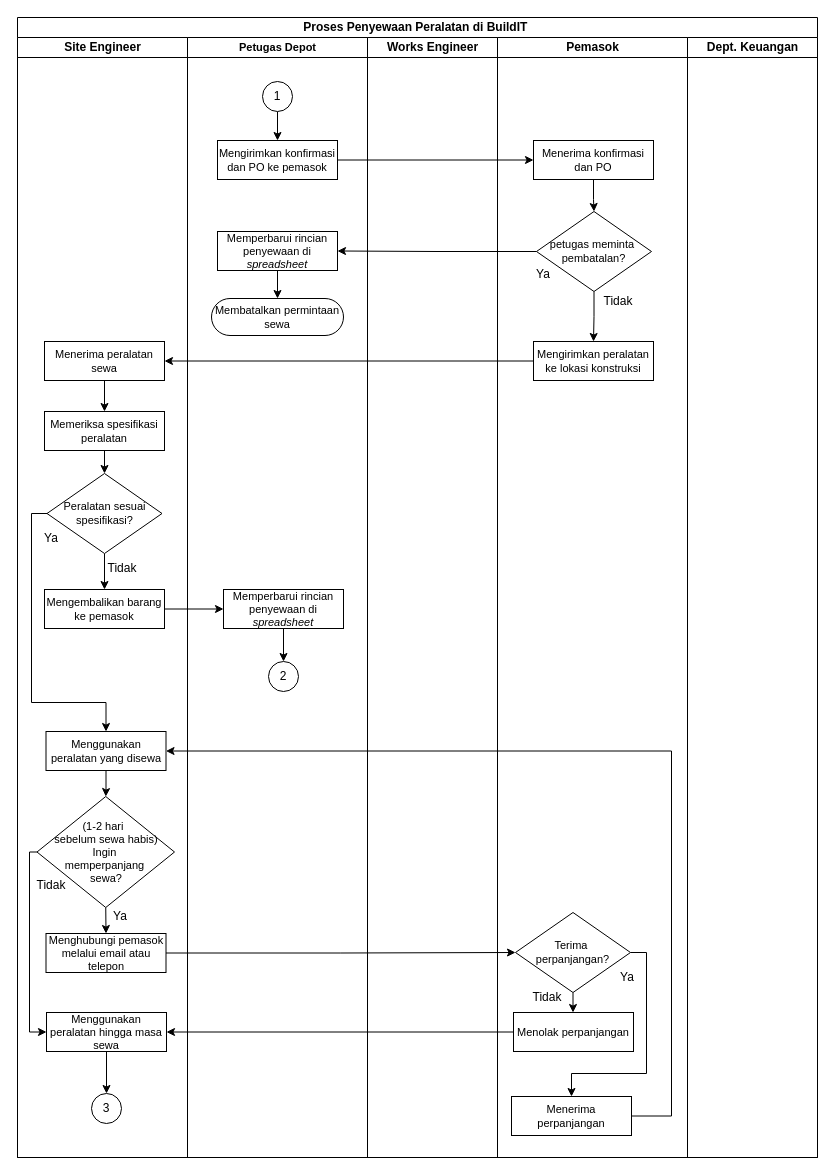
The draw.io diagram page "Page-2" (2 of 3) of TI-BPM-SIPA.drawio in MHibriziF/SIPA, before the edit. Source tidied: cells renumbered, new cells numbered last; positions are measured from the earlier drawing's top-left corner, leaving out a move shared by most shapes. Both pictures are drawn from the tidied source at 100%, with x=0, y=0 at pixel (17, 17).
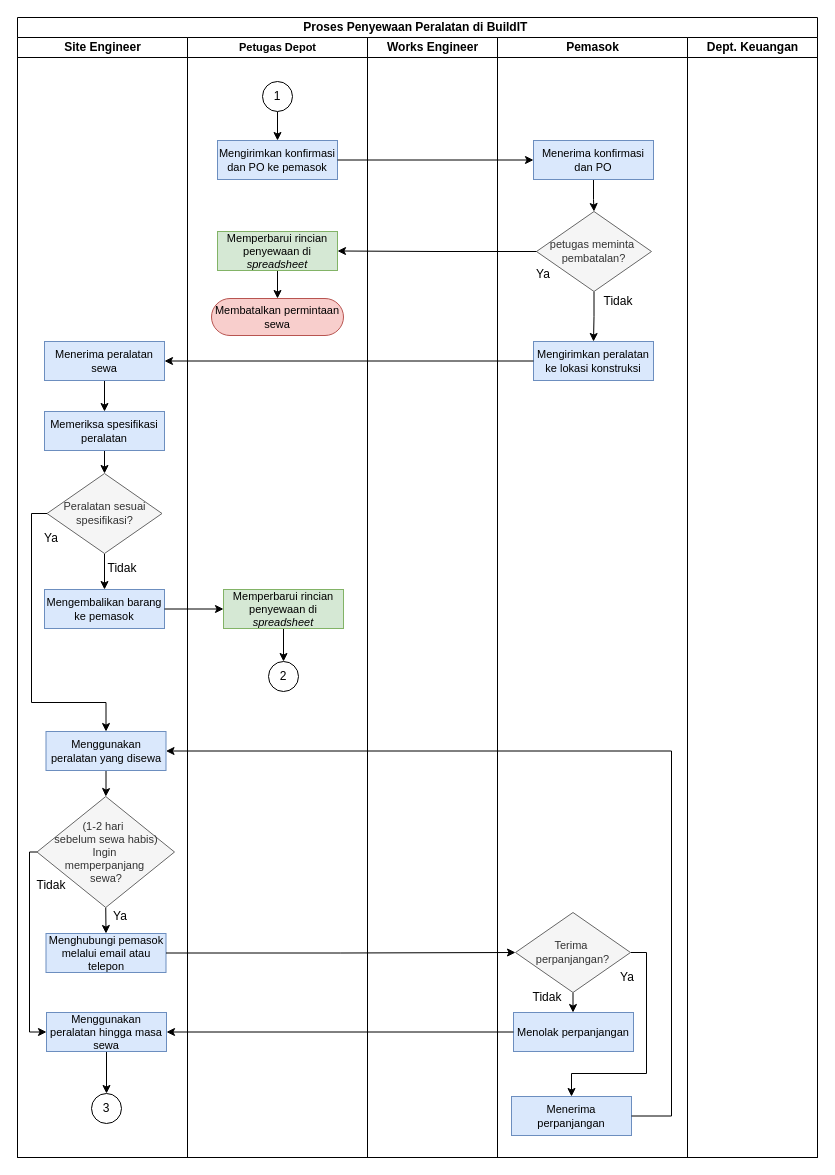
Above is the later version.

The change refers to these unchanged cells:
```xml
<mxCell id="3" value="Site Engineer" style="swimlane;html=1;startSize=20;labelBorderColor=none;labelBackgroundColor=none;textShadow=0;fontColor=default;" parent="2" vertex="1">
  <mxGeometry y="20" width="170" height="1120" as="geometry" />
</mxCell>
<mxCell id="25" value="Petugas Depot" style="swimlane;html=1;startSize=20;fontSize=11;" parent="2" vertex="1">
  <mxGeometry x="170" y="20" width="180" height="1120" as="geometry" />
</mxCell>
<mxCell id="36" value="Pemasok" style="swimlane;html=1;startSize=20;" parent="2" vertex="1">
  <mxGeometry x="480" y="20" width="190" height="1120" as="geometry" />
</mxCell>
```

The edit, as a diff of the source:
```diff
@@
-    <mxCell id="5" value="Menerima peralatan sewa" style="rounded=0;whiteSpace=wrap;html=1;fontSize=11;" parent="3" vertex="1">
+    <mxCell id="5" value="Menerima peralatan sewa" style="rounded=0;whiteSpace=wrap;html=1;fontSize=11;fillColor=#dae8fc;strokeColor=#6c8ebf;" parent="3" vertex="1">
       <mxGeometry x="27" y="304" width="120" height="39" as="geometry" />
     </mxCell>
@@
-    <mxCell id="7" value="Memeriksa spesifikasi peralatan" style="rounded=0;whiteSpace=wrap;html=1;fontSize=11;" parent="3" vertex="1">
+    <mxCell id="7" value="Memeriksa spesifikasi peralatan" style="rounded=0;whiteSpace=wrap;html=1;fontSize=11;fillColor=#dae8fc;strokeColor=#6c8ebf;" parent="3" vertex="1">
       <mxGeometry x="27" y="374" width="120" height="39" as="geometry" />
     </mxCell>
@@
-    <mxCell id="10" value="&lt;div&gt;Peralatan sesuai&lt;/div&gt;&lt;div&gt;spesifikasi?&lt;/div&gt;" style="rhombus;whiteSpace=wrap;html=1;fontSize=11;" parent="3" vertex="1">
+    <mxCell id="10" value="&lt;div&gt;Peralatan sesuai&lt;/div&gt;&lt;div&gt;spesifikasi?&lt;/div&gt;" style="rhombus;whiteSpace=wrap;html=1;fontSize=11;fillColor=#f5f5f5;fontColor=#333333;strokeColor=#666666;" parent="3" vertex="1">
       <mxGeometry x="29.5" y="436" width="115" height="80" as="geometry" />
     </mxCell>
-    <mxCell id="11" value="Mengembalikan barang ke pemasok" style="rounded=0;whiteSpace=wrap;html=1;fontSize=11;" parent="3" vertex="1">
+    <mxCell id="11" value="Mengembalikan barang ke pemasok" style="rounded=0;whiteSpace=wrap;html=1;fontSize=11;fillColor=#dae8fc;strokeColor=#6c8ebf;" parent="3" vertex="1">
       <mxGeometry x="27" y="552" width="120" height="39" as="geometry" />
     </mxCell>
@@
-    <mxCell id="14" value="Menggunakan peralatan yang disewa" style="rounded=0;whiteSpace=wrap;html=1;fontSize=11;" parent="3" vertex="1">
+    <mxCell id="14" value="Menggunakan peralatan yang disewa" style="rounded=0;whiteSpace=wrap;html=1;fontSize=11;fillColor=#dae8fc;strokeColor=#6c8ebf;" parent="3" vertex="1">
       <mxGeometry x="28.5" y="694" width="120" height="39" as="geometry" />
     </mxCell>
@@
-    <mxCell id="18" value="&lt;div&gt;(1-2 hari&amp;nbsp;&amp;nbsp;&lt;/div&gt;&lt;div&gt;sebelum sewa habis)&lt;/div&gt;&lt;div&gt;Ingin&amp;nbsp;&lt;/div&gt;&lt;div&gt;memperpanjang&amp;nbsp;&lt;/div&gt;&lt;div&gt;sewa?&lt;/div&gt;" style="rhombus;whiteSpace=wrap;html=1;fontSize=11;" parent="3" vertex="1">
+    <mxCell id="18" value="&lt;div&gt;(1-2 hari&amp;nbsp;&amp;nbsp;&lt;/div&gt;&lt;div&gt;sebelum sewa habis)&lt;/div&gt;&lt;div&gt;Ingin&amp;nbsp;&lt;/div&gt;&lt;div&gt;memperpanjang&amp;nbsp;&lt;/div&gt;&lt;div&gt;sewa?&lt;/div&gt;" style="rhombus;whiteSpace=wrap;html=1;fontSize=11;fillColor=#f5f5f5;fontColor=#333333;strokeColor=#666666;" parent="3" vertex="1">
       <mxGeometry x="19.5" y="759" width="137.5" height="111" as="geometry" />
     </mxCell>
-    <mxCell id="19" value="Menghubungi pemasok melalui email atau telepon" style="rounded=0;whiteSpace=wrap;html=1;fontSize=11;" parent="3" vertex="1">
+    <mxCell id="19" value="Menghubungi pemasok melalui email atau telepon" style="rounded=0;whiteSpace=wrap;html=1;fontSize=11;fillColor=#dae8fc;strokeColor=#6c8ebf;" parent="3" vertex="1">
       <mxGeometry x="28.5" y="896" width="120" height="39" as="geometry" />
     </mxCell>
@@
-    <mxCell id="22" value="Menggunakan peralatan hingga masa sewa" style="rounded=0;whiteSpace=wrap;html=1;fontSize=11;" parent="3" vertex="1">
+    <mxCell id="22" value="Menggunakan peralatan hingga masa sewa" style="rounded=0;whiteSpace=wrap;html=1;fontSize=11;fillColor=#dae8fc;strokeColor=#6c8ebf;" parent="3" vertex="1">
       <mxGeometry x="29" y="975" width="120" height="39" as="geometry" />
     </mxCell>
@@
-    <mxCell id="28" value="Mengirimkan konfirmasi dan PO ke pemasok" style="rounded=0;whiteSpace=wrap;html=1;fontSize=11;" parent="25" vertex="1">
+    <mxCell id="28" value="Mengirimkan konfirmasi dan PO ke pemasok" style="rounded=0;whiteSpace=wrap;html=1;fontSize=11;fillColor=#dae8fc;strokeColor=#6c8ebf;" parent="25" vertex="1">
       <mxGeometry x="30" y="103" width="120" height="39" as="geometry" />
     </mxCell>
@@
-    <mxCell id="30" value="Memperbarui rincian penyewaan di &lt;i&gt;spreadsheet&lt;/i&gt;" style="rounded=0;whiteSpace=wrap;html=1;fontSize=11;" parent="25" vertex="1">
+    <mxCell id="30" value="Memperbarui rincian penyewaan di &lt;i&gt;spreadsheet&lt;/i&gt;" style="rounded=0;whiteSpace=wrap;html=1;fontSize=11;fillColor=#d5e8d4;strokeColor=#82b366;" parent="25" vertex="1">
       <mxGeometry x="30" y="194" width="120" height="39" as="geometry" />
     </mxCell>
-    <mxCell id="31" value="Membatalkan permintaan sewa" style="rounded=1;whiteSpace=wrap;html=1;arcSize=50;fontSize=11;" parent="25" vertex="1">
+    <mxCell id="31" value="Membatalkan permintaan sewa" style="rounded=1;whiteSpace=wrap;html=1;arcSize=50;fontSize=11;fillColor=#f8cecc;strokeColor=#b85450;" parent="25" vertex="1">
       <mxGeometry x="24" y="261" width="132" height="37" as="geometry" />
     </mxCell>
@@
-    <mxCell id="33" value="Memperbarui rincian penyewaan di &lt;i&gt;spreadsheet&lt;/i&gt;" style="rounded=0;whiteSpace=wrap;html=1;fontSize=11;" parent="25" vertex="1">
+    <mxCell id="33" value="Memperbarui rincian penyewaan di &lt;i&gt;spreadsheet&lt;/i&gt;" style="rounded=0;whiteSpace=wrap;html=1;fontSize=11;fillColor=#d5e8d4;strokeColor=#82b366;" parent="25" vertex="1">
       <mxGeometry x="36" y="552" width="120" height="39" as="geometry" />
     </mxCell>
@@
-    <mxCell id="38" value="Menerima konfirmasi dan PO" style="rounded=0;whiteSpace=wrap;html=1;fontSize=11;" parent="36" vertex="1">
+    <mxCell id="38" value="Menerima konfirmasi dan PO" style="rounded=0;whiteSpace=wrap;html=1;fontSize=11;fillColor=#dae8fc;strokeColor=#6c8ebf;" parent="36" vertex="1">
       <mxGeometry x="36" y="103" width="120" height="39" as="geometry" />
     </mxCell>
@@
-    <mxCell id="40" value="&lt;div&gt;petugas meminta&amp;nbsp;&lt;/div&gt;&lt;div&gt;pembatalan?&lt;/div&gt;" style="rhombus;whiteSpace=wrap;html=1;fontSize=11;" parent="36" vertex="1">
+    <mxCell id="40" value="&lt;div&gt;petugas meminta&amp;nbsp;&lt;/div&gt;&lt;div&gt;pembatalan?&lt;/div&gt;" style="rhombus;whiteSpace=wrap;html=1;fontSize=11;fillColor=#f5f5f5;fontColor=#333333;strokeColor=#666666;" parent="36" vertex="1">
       <mxGeometry x="39" y="174" width="115" height="80" as="geometry" />
     </mxCell>
-    <mxCell id="41" value="Mengirimkan peralatan ke lokasi konstruksi" style="rounded=0;whiteSpace=wrap;html=1;fontSize=11;" parent="36" vertex="1">
+    <mxCell id="41" value="Mengirimkan peralatan ke lokasi konstruksi" style="rounded=0;whiteSpace=wrap;html=1;fontSize=11;fillColor=#dae8fc;strokeColor=#6c8ebf;" parent="36" vertex="1">
       <mxGeometry x="36" y="304" width="120" height="39" as="geometry" />
     </mxCell>
@@
-    <mxCell id="46" value="Terima&amp;nbsp;&lt;div&gt;perpanjangan?&lt;/div&gt;" style="rhombus;whiteSpace=wrap;html=1;fontSize=11;" parent="36" vertex="1">
+    <mxCell id="46" value="Terima&amp;nbsp;&lt;div&gt;perpanjangan?&lt;/div&gt;" style="rhombus;whiteSpace=wrap;html=1;fontSize=11;fillColor=#f5f5f5;fontColor=#333333;strokeColor=#666666;" parent="36" vertex="1">
       <mxGeometry x="18" y="875" width="115" height="80" as="geometry" />
     </mxCell>
-    <mxCell id="47" value="Menolak perpanjangan" style="rounded=0;whiteSpace=wrap;html=1;fontSize=11;" parent="36" vertex="1">
+    <mxCell id="47" value="Menolak perpanjangan" style="rounded=0;whiteSpace=wrap;html=1;fontSize=11;fillColor=#dae8fc;strokeColor=#6c8ebf;" parent="36" vertex="1">
       <mxGeometry x="16" y="975" width="120" height="39" as="geometry" />
     </mxCell>
@@
-    <mxCell id="50" value="Menerima perpanjangan" style="rounded=0;whiteSpace=wrap;html=1;fontSize=11;" parent="36" vertex="1">
+    <mxCell id="50" value="Menerima perpanjangan" style="rounded=0;whiteSpace=wrap;html=1;fontSize=11;fillColor=#dae8fc;strokeColor=#6c8ebf;" parent="36" vertex="1">
       <mxGeometry x="14" y="1059" width="120" height="39" as="geometry" />
     </mxCell>
```
